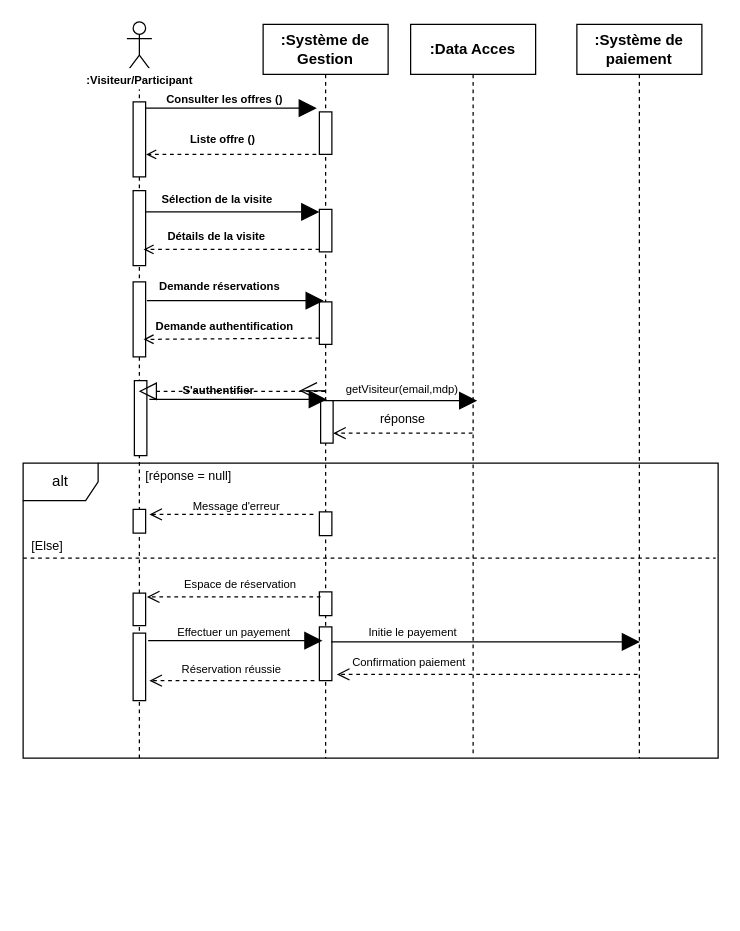
Before: Diagramme sans nom.drawio in louis-fresnel99/TpGasaL1, a draw.io diagram. Source tidied: cells renumbered, new cells numbered last; positions are measured from the earlier drawing's top-left corner, leaving out a move shared by most shapes. Both pictures are drawn from the tidied source at 125%, with x=0, y=0 at pixel (21, 21).
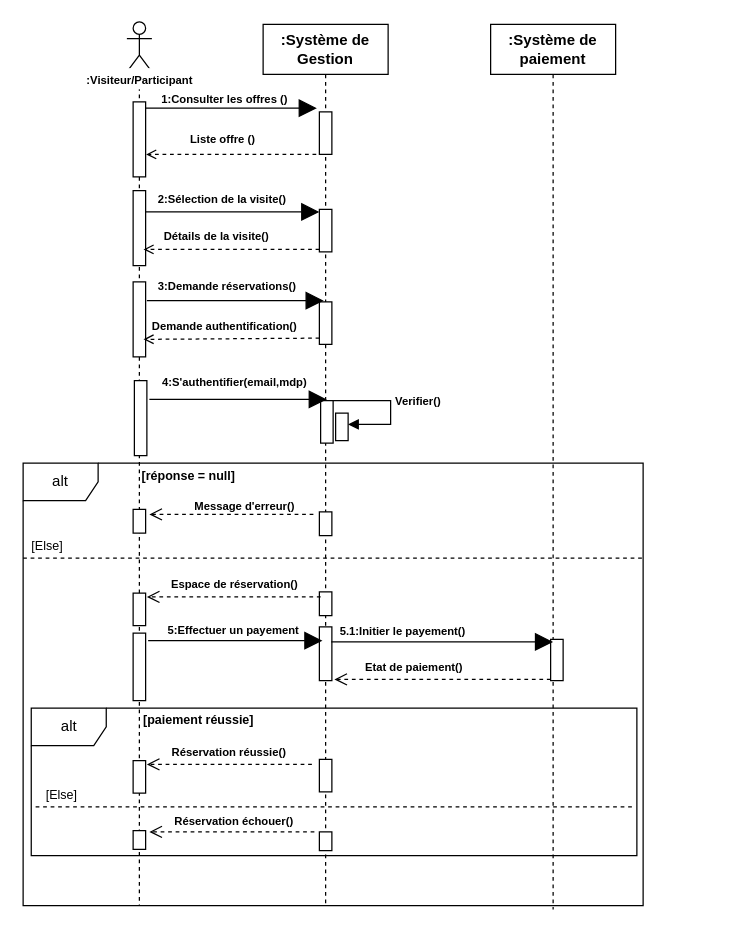
After the change.

Commit message:
Mettre à jour Diagramme sans nom.drawio

Change to the diagram source:
```diff
@@
     <mxCell id="2" value="alt" style="shape=umlFrame;whiteSpace=wrap;html=1;labelBorderColor=none;fillColor=light-dark(#FFFFFF,#FFFFFF);fontColor=light-dark(#000000,#000000);strokeColor=light-dark(#000000,#000000);" parent="1" vertex="1">
-      <mxGeometry x="1" y="353" width="556" height="236" as="geometry" />
+      <mxGeometry x="1" y="353" width="496" height="354" as="geometry" />
     </mxCell>
     <mxCell id="3" value="&lt;b&gt;:Système de Gestion&lt;/b&gt;" style="shape=umlLifeline;perimeter=lifelinePerimeter;whiteSpace=wrap;html=1;outlineConnect=0;portConstraint=eastwest;newEdgeStyle={&quot;edgeStyle&quot;:&quot;elbowEdgeStyle&quot;,&quot;elbow&quot;:&quot;vertical&quot;,&quot;curved&quot;:0,&quot;rounded&quot;:0};fillColor=light-dark(#FFFFFF, #ffffff);strokeColor=light-dark(#000000,#000000);labelBackgroundColor=none;fontColor=light-dark(#000000,#000000);" parent="1" vertex="1">
-      <mxGeometry x="193" y="2" width="100" height="587" as="geometry" />
+      <mxGeometry x="193" y="2" width="100" height="706" as="geometry" />
     </mxCell>
@@
+    <mxCell id="58" style="html=1;perimeter=orthogonalPerimeter;targetShapes=umlLifeline;newEdgeStyle={&quot;curved&quot;:0,&quot;rounded&quot;:0};" parent="3" vertex="1">
+      <mxGeometry x="58" y="311" width="10" height="22" as="geometry" />
+    </mxCell>
+    <mxCell id="59" value="&lt;font style=&quot;font-size: 9px;&quot;&gt;&lt;b&gt;Verifier()&lt;/b&gt;&lt;/font&gt;" style="html=1;align=left;spacingLeft=2;endArrow=block;rounded=0;edgeStyle=orthogonalEdgeStyle;curved=0;rounded=0;" parent="3" edge="1">
+      <mxGeometry relative="1" as="geometry">
+        <mxPoint x="50.1" y="301" as="sourcePoint" />
+        <mxPoint x="68" y="320" as="targetPoint" />
+        <Array as="points">
+          <mxPoint x="102" y="301" />
+          <mxPoint x="102" y="320" />
+        </Array>
+      </mxGeometry>
+    </mxCell>
+    <mxCell id="60" style="html=1;perimeter=orthogonalPerimeter;targetShapes=umlLifeline;newEdgeStyle={&quot;curved&quot;:0,&quot;rounded&quot;:0};fillColor=light-dark(#FFFFFF,#FFFFFF);strokeColor=light-dark(#000000,#000000);" parent="3" vertex="1">
+      <mxGeometry x="45" y="588" width="10" height="26" as="geometry" />
+    </mxCell>
+    <mxCell id="61" style="html=1;perimeter=orthogonalPerimeter;targetShapes=umlLifeline;newEdgeStyle={&quot;curved&quot;:0,&quot;rounded&quot;:0};fillColor=light-dark(#FFFFFF,#FFFFFF);strokeColor=light-dark(#000000,#000000);" parent="3" vertex="1">
+      <mxGeometry x="45" y="646" width="10" height="15" as="geometry" />
+    </mxCell>
     <mxCell id="10" style="shape=umlLifeline;perimeter=lifelinePerimeter;whiteSpace=wrap;html=1;outlineConnect=0;portConstraint=eastwest;newEdgeStyle={&quot;curved&quot;:0,&quot;rounded&quot;:0};participant=umlActor;fillColor=light-dark(#FFFFFF,#000000);strokeColor=light-dark(#000000,#000000);" parent="1" vertex="1">
-      <mxGeometry x="84" width="20" height="590" as="geometry" />
+      <mxGeometry x="84" width="20" height="707" as="geometry" />
     </mxCell>
@@
+    <mxCell id="62" style="html=1;perimeter=orthogonalPerimeter;targetShapes=umlLifeline;newEdgeStyle={&quot;curved&quot;:0,&quot;rounded&quot;:0};fillColor=light-dark(#FFFFFF,#FFFFFF);strokeColor=light-dark(#000000,#000000);" parent="10" vertex="1">
+      <mxGeometry x="5" y="591" width="10" height="26" as="geometry" />
+    </mxCell>
@@
-    <mxCell id="18" value="&lt;b&gt;:Data Acces&lt;/b&gt;" style="shape=umlLifeline;perimeter=lifelinePerimeter;whiteSpace=wrap;html=1;outlineConnect=0;portConstraint=eastwest;newEdgeStyle={&quot;curved&quot;:0,&quot;rounded&quot;:0};fillColor=light-dark(#FFFFFF,#FFFFFF);fontColor=light-dark(#000000,#000000);strokeColor=light-dark(#000000,#000000);" parent="1" vertex="1">
-      <mxGeometry x="311" y="2" width="100" height="586" as="geometry" />
-    </mxCell>
     <mxCell id="19" value="&lt;b&gt;:Système de paiement&lt;/b&gt;" style="shape=umlLifeline;perimeter=lifelinePerimeter;whiteSpace=wrap;html=1;newEdgeStyle={&quot;curved&quot;:0,&quot;rounded&quot;:0};fillColor=light-dark(#FFFFFF,#FFFFFF);fontColor=light-dark(#000000,#000000);strokeColor=light-dark(#000000,#000000);" parent="1" vertex="1">
-      <mxGeometry x="444" y="2" width="100" height="587" as="geometry" />
+      <mxGeometry x="375" y="2" width="100" height="708" as="geometry" />
     </mxCell>
+    <mxCell id="63" style="html=1;perimeter=orthogonalPerimeter;targetShapes=umlLifeline;newEdgeStyle={&quot;curved&quot;:0,&quot;rounded&quot;:0};fillColor=light-dark(#FFFFFF,#FFFFFF);strokeColor=light-dark(#000000,#000000);" parent="19" vertex="1">
+      <mxGeometry x="48" y="492" width="10" height="33" as="geometry" />
+    </mxCell>
-    <mxCell id="20" value="&lt;font style=&quot;color: light-dark(rgb(0, 0, 0), rgb(0, 0, 0)); font-size: 9px;&quot;&gt;&lt;b style=&quot;&quot;&gt;Consulter les offres ()&lt;/b&gt;&lt;/font&gt;" style="text;html=1;align=center;verticalAlign=middle;whiteSpace=wrap;rounded=0;" parent="1" vertex="1">
+    <mxCell id="20" value="&lt;font style=&quot;color: light-dark(rgb(0, 0, 0), rgb(0, 0, 0)); font-size: 9px;&quot;&gt;&lt;b style=&quot;&quot;&gt;1:Consulter les offres ()&lt;/b&gt;&lt;/font&gt;" style="text;html=1;align=center;verticalAlign=middle;whiteSpace=wrap;rounded=0;" parent="1" vertex="1">
       <mxGeometry x="98" y="50" width="129" height="22" as="geometry" />
     </mxCell>
@@
-    <mxCell id="24" value="&lt;font style=&quot;color: light-dark(rgb(0, 0, 0), rgb(0, 0, 0)); font-size: 9px;&quot;&gt;&lt;b style=&quot;&quot;&gt;Sélection de la visite&lt;/b&gt;&lt;/font&gt;" style="text;html=1;align=center;verticalAlign=middle;whiteSpace=wrap;rounded=0;" parent="1" vertex="1">
-      <mxGeometry x="98.9" y="132" width="114.7" height="17" as="geometry" />
+    <mxCell id="24" value="&lt;font style=&quot;color: light-dark(rgb(0, 0, 0), rgb(0, 0, 0)); font-size: 9px;&quot;&gt;&lt;b&gt;2:&lt;/b&gt;&lt;b style=&quot;&quot;&gt;Sélection de la visite()&lt;/b&gt;&lt;/font&gt;" style="text;html=1;align=center;verticalAlign=middle;whiteSpace=wrap;rounded=0;" parent="1" vertex="1">
+      <mxGeometry x="102.9" y="132" width="114.7" height="17" as="geometry" />
     </mxCell>
@@
-    <mxCell id="26" value="&lt;font style=&quot;color: light-dark(rgb(0, 0, 0), rgb(0, 0, 0)); font-size: 9px;&quot;&gt;&lt;b style=&quot;&quot;&gt;Détails de la visite&lt;/b&gt;&lt;/font&gt;" style="text;html=1;align=center;verticalAlign=middle;whiteSpace=wrap;rounded=0;" parent="1" vertex="1">
+    <mxCell id="26" value="&lt;font style=&quot;color: light-dark(rgb(0, 0, 0), rgb(0, 0, 0)); font-size: 9px;&quot;&gt;&lt;b style=&quot;&quot;&gt;Détails de la visite()&lt;/b&gt;&lt;/font&gt;" style="text;html=1;align=center;verticalAlign=middle;whiteSpace=wrap;rounded=0;" parent="1" vertex="1">
       <mxGeometry x="97.3" y="160" width="118" height="22" as="geometry" />
     </mxCell>
@@
-    <mxCell id="28" value="&lt;font style=&quot;color: light-dark(rgb(0, 0, 0), rgb(0, 0, 0)); font-size: 9px;&quot;&gt;&lt;b style=&quot;&quot;&gt;Demande réservations&lt;/b&gt;&lt;/font&gt;" style="text;html=1;align=center;verticalAlign=middle;whiteSpace=wrap;rounded=0;" parent="1" vertex="1">
-      <mxGeometry x="94.3" y="202" width="129" height="18" as="geometry" />
+    <mxCell id="28" value="&lt;font style=&quot;color: light-dark(rgb(0, 0, 0), rgb(0, 0, 0)); font-size: 9px;&quot;&gt;&lt;b style=&quot;&quot;&gt;3:Demande réservations()&lt;/b&gt;&lt;/font&gt;" style="text;html=1;align=center;verticalAlign=middle;whiteSpace=wrap;rounded=0;" parent="1" vertex="1">
+      <mxGeometry x="100.3" y="202" width="129" height="18" as="geometry" />
     </mxCell>
@@
-    <mxCell id="30" value="&lt;font style=&quot;color: light-dark(rgb(0, 0, 0), rgb(0, 0, 0)); font-size: 9px;&quot;&gt;&lt;b style=&quot;&quot;&gt;Demande authentification&lt;/b&gt;&lt;/font&gt;" style="text;html=1;align=center;verticalAlign=middle;whiteSpace=wrap;rounded=0;" parent="1" vertex="1">
+    <mxCell id="30" value="&lt;font style=&quot;color: light-dark(rgb(0, 0, 0), rgb(0, 0, 0)); font-size: 9px;&quot;&gt;&lt;b style=&quot;&quot;&gt;Demande authentification()&lt;/b&gt;&lt;/font&gt;" style="text;html=1;align=center;verticalAlign=middle;whiteSpace=wrap;rounded=0;" parent="1" vertex="1">
       <mxGeometry x="97.3" y="232" width="130.7" height="22" as="geometry" />
     </mxCell>
@@
-    <mxCell id="34" style="endArrow=block;endFill=1;endSize=12;html=1;rounded=0;strokeColor=light-dark(#000000,#000000);" parent="1" edge="1">
-      <mxGeometry relative="1" as="geometry">
-        <mxPoint x="248" y="303" as="sourcePoint" />
-        <mxPoint x="364.3" y="303" as="targetPoint" />
-      </mxGeometry>
-    </mxCell>
-    <mxCell id="35" value="&lt;font style=&quot;color: light-dark(rgb(0, 0, 0), rgb(0, 0, 0)); font-size: 9px;&quot;&gt;getVisiteur(email,mdp)&lt;/font&gt;" style="text;html=1;align=center;verticalAlign=middle;whiteSpace=wrap;rounded=0;" parent="1" vertex="1">
-      <mxGeometry x="240.3" y="284" width="129" height="18" as="geometry" />
-    </mxCell>
-    <mxCell id="36" style="html=1;verticalAlign=bottom;endArrow=open;dashed=1;endSize=8;curved=0;rounded=0;strokeColor=light-dark(#000000,#000000);" parent="1" edge="1" source="18">
-      <mxGeometry relative="1" as="geometry">
-        <mxPoint x="249" y="329" as="targetPoint" />
-      </mxGeometry>
-    </mxCell>
-    <mxCell id="37" value="&lt;font style=&quot;color: light-dark(rgb(0, 0, 0), rgb(0, 0, 0));&quot;&gt;&lt;span style=&quot;font-size: 10px;&quot;&gt;réponse&lt;/span&gt;&lt;/font&gt;" style="text;html=1;align=center;verticalAlign=middle;whiteSpace=wrap;rounded=0;" parent="1" vertex="1">
-      <mxGeometry x="274.8" y="308.5" width="60" height="17" as="geometry" />
-    </mxCell>
-    <mxCell id="38" value="&lt;font style=&quot;color: light-dark(rgb(0, 0, 0), rgb(0, 0, 0)); font-size: 10px;&quot;&gt;[réponse = null]&amp;nbsp;&lt;/font&gt;" style="text;html=1;align=center;verticalAlign=middle;whiteSpace=wrap;rounded=0;" parent="1" vertex="1">
+    <mxCell id="38" value="&lt;font style=&quot;color: light-dark(rgb(0, 0, 0), rgb(0, 0, 0)); font-size: 10px;&quot;&gt;&lt;b&gt;[réponse = null]&amp;nbsp;&lt;/b&gt;&lt;/font&gt;" style="text;html=1;align=center;verticalAlign=middle;whiteSpace=wrap;rounded=0;" parent="1" vertex="1">
       <mxGeometry x="74" y="348" width="122" height="30" as="geometry" />
     </mxCell>
-    <mxCell id="39" style="endArrow=block;dashed=1;endFill=0;endSize=12;html=1;rounded=0;" parent="1" edge="1" source="3" target="10">
-      <mxGeometry relative="1" as="geometry" />
-    </mxCell>
-    <mxCell id="40" style="endArrow=open;endFill=1;endSize=12;html=1;rounded=0;" parent="1" edge="1" source="49" target="10">
-      <mxGeometry relative="1" as="geometry" />
-    </mxCell>
@@
-    <mxCell id="42" value="&lt;font style=&quot;color: light-dark(rgb(0, 0, 0), rgb(0, 0, 0)); font-size: 9px;&quot;&gt;Message d'erreur&lt;/font&gt;" style="text;html=1;align=center;verticalAlign=middle;whiteSpace=wrap;rounded=0;" parent="1" vertex="1">
-      <mxGeometry x="135" y="378" width="74" height="17" as="geometry" />
+    <mxCell id="42" value="&lt;font style=&quot;color: light-dark(rgb(0, 0, 0), rgb(0, 0, 0)); font-size: 9px;&quot;&gt;&lt;b&gt;Message d'erreur()&lt;/b&gt;&lt;/font&gt;" style="text;html=1;align=center;verticalAlign=middle;whiteSpace=wrap;rounded=0;" parent="1" vertex="1">
+      <mxGeometry x="135" y="378" width="87" height="17" as="geometry" />
     </mxCell>
     <mxCell id="43" style="line;strokeWidth=1;fillColor=none;align=left;verticalAlign=middle;spacingTop=-1;spacingLeft=3;spacingRight=3;labelPosition=right;strokeColor=light-dark(#000000,#000000);dashed=1;" parent="1" vertex="1">
-      <mxGeometry x="1" y="425" width="554" height="8" as="geometry" />
+      <mxGeometry x="1" y="425" width="497" height="8" as="geometry" />
     </mxCell>
@@
-    <mxCell id="46" value="&lt;font style=&quot;color: light-dark(rgb(0, 0, 0), rgb(0, 0, 0)); font-size: 9px;&quot;&gt;Espace de réservation&lt;/font&gt;" style="text;html=1;align=center;verticalAlign=middle;whiteSpace=wrap;rounded=0;" parent="1" vertex="1">
-      <mxGeometry x="127.6" y="440" width="94.4" height="17" as="geometry" />
+    <mxCell id="46" value="&lt;font style=&quot;color: light-dark(rgb(0, 0, 0), rgb(0, 0, 0)); font-size: 9px;&quot;&gt;&lt;b&gt;Espace de réservation()&lt;/b&gt;&lt;/font&gt;" style="text;html=1;align=center;verticalAlign=middle;whiteSpace=wrap;rounded=0;" parent="1" vertex="1">
+      <mxGeometry x="116.9" y="440" width="107.4" height="17" as="geometry" />
     </mxCell>
@@
-    <mxCell id="48" style="endArrow=open;endFill=1;endSize=12;html=1;rounded=0;" parent="1" edge="1" source="3" target="49">
-      <mxGeometry relative="1" as="geometry" />
-    </mxCell>
-    <mxCell id="49" value="&lt;font style=&quot;color: light-dark(rgb(0, 0, 0), rgb(0, 0, 0)); font-size: 9px;&quot;&gt;&lt;b style=&quot;&quot;&gt;S'authentifier&lt;/b&gt;&lt;/font&gt;" style="text;html=1;align=center;verticalAlign=middle;whiteSpace=wrap;rounded=0;" parent="1" vertex="1">
-      <mxGeometry x="93" y="285" width="129" height="18" as="geometry" />
-    </mxCell>
-    <mxCell id="50" value="&lt;font style=&quot;color: light-dark(rgb(0, 0, 0), rgb(0, 0, 0)); font-size: 9px;&quot;&gt;Effectuer un payement&lt;/font&gt;" style="text;html=1;align=center;verticalAlign=middle;whiteSpace=wrap;rounded=0;" parent="1" vertex="1">
-      <mxGeometry x="122.6" y="479" width="94.4" height="17" as="geometry" />
+    <mxCell id="50" value="&lt;font style=&quot;color: light-dark(rgb(0, 0, 0), rgb(0, 0, 0));&quot;&gt;&lt;b&gt;5:Effectuer un payement&lt;/b&gt;&lt;/font&gt;" style="text;html=1;align=center;verticalAlign=middle;whiteSpace=wrap;rounded=0;fontSize=9;" parent="1" vertex="1">
+      <mxGeometry x="115" y="479" width="109" height="16" as="geometry" />
     </mxCell>
     <mxCell id="51" style="endArrow=block;endFill=1;endSize=12;html=1;rounded=0;strokeColor=light-dark(#000000,#000000);" parent="1" edge="1">
       <mxGeometry relative="1" as="geometry">
         <mxPoint x="247.5" y="496" as="sourcePoint" />
-        <mxPoint x="494.5" y="496" as="targetPoint" />
+        <mxPoint x="425" y="496" as="targetPoint" />
       </mxGeometry>
     </mxCell>
-    <mxCell id="52" value="&lt;font style=&quot;color: light-dark(rgb(0, 0, 0), rgb(0, 0, 0)); font-size: 9px;&quot;&gt;Initie le payement&lt;/font&gt;" style="text;html=1;align=center;verticalAlign=middle;whiteSpace=wrap;rounded=0;" parent="1" vertex="1">
-      <mxGeometry x="266" y="479" width="94.4" height="17" as="geometry" />
+    <mxCell id="52" value="&lt;font style=&quot;color: light-dark(rgb(0, 0, 0), rgb(0, 0, 0)); font-size: 9px;&quot;&gt;&lt;b&gt;5.1:Initier le payement()&lt;/b&gt;&lt;/font&gt;" style="text;html=1;align=center;verticalAlign=middle;whiteSpace=wrap;rounded=0;" parent="1" vertex="1">
+      <mxGeometry x="247.8" y="478" width="114" height="17" as="geometry" />
     </mxCell>
     <mxCell id="53" style="html=1;verticalAlign=bottom;endArrow=open;dashed=1;endSize=8;curved=0;rounded=0;strokeColor=light-dark(#000000,#000000);" parent="1" edge="1">
       <mxGeometry relative="1" as="geometry">
-        <mxPoint x="492.5" y="522" as="sourcePoint" />
-        <mxPoint x="252" y="522" as="targetPoint" />
+        <mxPoint x="423" y="526" as="sourcePoint" />
+        <mxPoint x="250" y="526" as="targetPoint" />
       </mxGeometry>
     </mxCell>
-    <mxCell id="54" value="&lt;font style=&quot;color: light-dark(rgb(0, 0, 0), rgb(0, 0, 0)); font-size: 9px;&quot;&gt;Confirmation paiement&lt;/font&gt;" style="text;html=1;align=center;verticalAlign=middle;whiteSpace=wrap;rounded=0;" parent="1" vertex="1">
-      <mxGeometry x="263" y="503" width="94.4" height="17" as="geometry" />
+    <mxCell id="54" value="&lt;font style=&quot;color: light-dark(rgb(0, 0, 0), rgb(0, 0, 0)); font-size: 9px;&quot;&gt;&lt;b&gt;Etat de paiement()&lt;/b&gt;&lt;/font&gt;" style="text;html=1;align=center;verticalAlign=middle;whiteSpace=wrap;rounded=0;" parent="1" vertex="1">
+      <mxGeometry x="267.4" y="507" width="94.4" height="17" as="geometry" />
     </mxCell>
-    <mxCell id="55" style="html=1;verticalAlign=bottom;endArrow=open;dashed=1;endSize=8;curved=0;rounded=0;strokeColor=light-dark(#000000,#000000);" parent="1" edge="1">
-      <mxGeometry relative="1" as="geometry">
-        <mxPoint x="234" y="527" as="sourcePoint" />
-        <mxPoint x="102" y="527" as="targetPoint" />
-      </mxGeometry>
-    </mxCell>
-    <mxCell id="56" value="&lt;font style=&quot;color: light-dark(rgb(0, 0, 0), rgb(0, 0, 0)); font-size: 9px;&quot;&gt;Réservation réussie&lt;/font&gt;" style="text;html=1;align=center;verticalAlign=middle;whiteSpace=wrap;rounded=0;" parent="1" vertex="1">
-      <mxGeometry x="120.9" y="508" width="94.4" height="17" as="geometry" />
-    </mxCell>
@@
+    <mxCell id="64" value="&lt;font style=&quot;color: light-dark(rgb(0, 0, 0), rgb(0, 0, 0)); font-size: 9px;&quot;&gt;&lt;b style=&quot;&quot;&gt;4:S'authentifier(email,mdp)&lt;/b&gt;&lt;/font&gt;" style="text;html=1;align=center;verticalAlign=middle;whiteSpace=wrap;rounded=0;" parent="1" vertex="1">
+      <mxGeometry x="104.5" y="277" width="130.7" height="22" as="geometry" />
+    </mxCell>
+    <mxCell id="65" value="alt" style="shape=umlFrame;whiteSpace=wrap;html=1;" parent="1" vertex="1">
+      <mxGeometry x="7.5" y="549" width="484.5" height="118" as="geometry" />
+    </mxCell>
+    <mxCell id="66" value="&lt;font style=&quot;color: light-dark(rgb(0, 0, 0), rgb(0, 0, 0)); font-size: 10px;&quot;&gt;&lt;b&gt;[paiement réussie]&amp;nbsp;&lt;/b&gt;&lt;/font&gt;" style="text;html=1;align=center;verticalAlign=middle;whiteSpace=wrap;rounded=0;" parent="1" vertex="1">
+      <mxGeometry x="82" y="543" width="122" height="30" as="geometry" />
+    </mxCell>
+    <mxCell id="67" style="html=1;verticalAlign=bottom;endArrow=open;dashed=1;endSize=8;curved=0;rounded=0;strokeColor=light-dark(#000000,#000000);" parent="1" edge="1">
+      <mxGeometry relative="1" as="geometry">
+        <mxPoint x="232" y="594" as="sourcePoint" />
+        <mxPoint x="100" y="594" as="targetPoint" />
+      </mxGeometry>
+    </mxCell>
+    <mxCell id="68" value="&lt;font style=&quot;color: light-dark(rgb(0, 0, 0), rgb(0, 0, 0)); font-size: 9px;&quot;&gt;&lt;b&gt;Réservation réussie()&lt;/b&gt;&lt;/font&gt;" style="text;html=1;align=center;verticalAlign=middle;whiteSpace=wrap;rounded=0;" parent="1" vertex="1">
+      <mxGeometry x="118.9" y="575" width="94.4" height="17" as="geometry" />
+    </mxCell>
+    <mxCell id="69" style="line;strokeWidth=1;fillColor=none;align=left;verticalAlign=middle;spacingTop=-1;spacingLeft=3;spacingRight=3;labelPosition=right;strokeColor=light-dark(#000000,#000000);dashed=1;" parent="1" vertex="1">
+      <mxGeometry x="11" y="624" width="479" height="8" as="geometry" />
+    </mxCell>
+    <mxCell id="70" value="&lt;font style=&quot;color: light-dark(rgb(0, 0, 0), rgb(0, 0, 0)); font-size: 10px;&quot;&gt;[Else]&amp;nbsp;&lt;/font&gt;" style="text;html=1;align=center;verticalAlign=middle;whiteSpace=wrap;rounded=0;" parent="1" vertex="1">
+      <mxGeometry x="10" y="608" width="47" height="19" as="geometry" />
+    </mxCell>
+    <mxCell id="71" style="html=1;verticalAlign=bottom;endArrow=open;dashed=1;endSize=8;curved=0;rounded=0;strokeColor=light-dark(#000000,#000000);" parent="1" edge="1">
+      <mxGeometry relative="1" as="geometry">
+        <mxPoint x="234" y="648" as="sourcePoint" />
+        <mxPoint x="102" y="648" as="targetPoint" />
+      </mxGeometry>
+    </mxCell>
+    <mxCell id="72" value="&lt;font style=&quot;color: light-dark(rgb(0, 0, 0), rgb(0, 0, 0)); font-size: 9px;&quot;&gt;&lt;b&gt;Réservation échouer()&lt;/b&gt;&lt;/font&gt;" style="text;html=1;align=center;verticalAlign=middle;whiteSpace=wrap;rounded=0;" parent="1" vertex="1">
+      <mxGeometry x="116.9" y="630" width="106.1" height="17" as="geometry" />
+    </mxCell>
+    <mxCell id="73" style="html=1;perimeter=orthogonalPerimeter;targetShapes=umlLifeline;newEdgeStyle={&quot;curved&quot;:0,&quot;rounded&quot;:0};fillColor=light-dark(#FFFFFF,#FFFFFF);strokeColor=light-dark(#000000,#000000);" parent="1" vertex="1">
+      <mxGeometry x="89" y="647" width="10" height="15" as="geometry" />
+    </mxCell>
```
